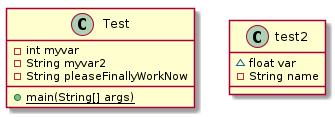
Above: docs/uml/test2.png in andrewdimmer/csi-3370-software-project-config-test (PlantUML), before the change.
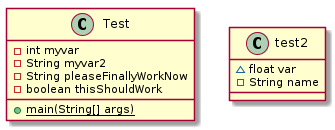
Later version of the same file.

Change to the diagram source:
```diff
@@ -5,6 +5,7 @@
     - int myvar
     - String myvar2
     - String pleaseFinallyWorkNow
+    - boolean thisShouldWork
     {static} + main(String[] args)
 }
 
```
